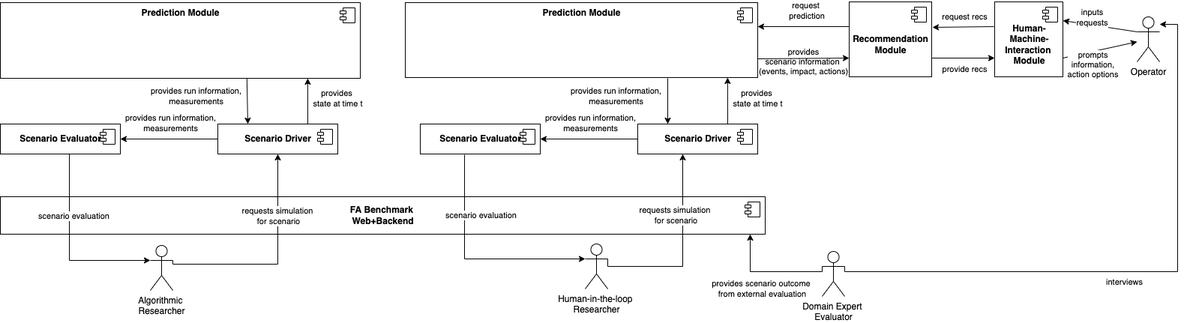
flatland-association/flatland-benchmarks keeps this draw.io diagram as docs/img/readme/Closed_and_Interactive_Loop_Eval.drawio.png. Above is the earlier version. Source tidied: cells renumbered, new cells last; positions are measured from the earlier drawing's top-left corner, leaving out a move shared by most shapes.
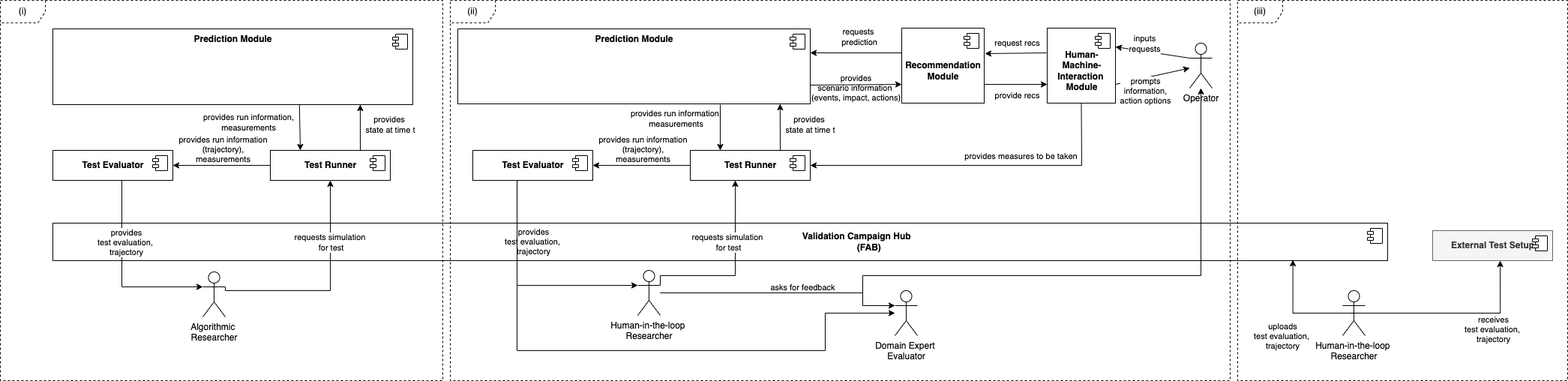
The same file after the commit.

Change to the diagram source:
```diff
@@ -2,8 +2,8 @@
   <root>
     <mxCell id="0" />
     <mxCell id="1" parent="0" />
-    <mxCell id="2" value="&lt;b&gt;FA Benchmark&amp;nbsp;&lt;br&gt;Web+Backend&lt;/b&gt;" style="html=1;" parent="1" vertex="1">
-      <mxGeometry y="260" width="1020" height="50" as="geometry" />
+    <mxCell id="2" value="&lt;b&gt;&amp;nbsp; &amp;nbsp; &amp;nbsp; &amp;nbsp; &amp;nbsp; &amp;nbsp; &amp;nbsp; &amp;nbsp; &amp;nbsp; &amp;nbsp; &amp;nbsp; &amp;nbsp; &amp;nbsp; &amp;nbsp; &amp;nbsp; &amp;nbsp; &amp;nbsp; &amp;nbsp; &amp;nbsp; &amp;nbsp; &amp;nbsp; &amp;nbsp; &amp;nbsp; &amp;nbsp; &amp;nbsp; &amp;nbsp; &amp;nbsp; &amp;nbsp; &amp;nbsp; &amp;nbsp; &amp;nbsp; &amp;nbsp; &amp;nbsp; &amp;nbsp; &amp;nbsp; &amp;nbsp; &amp;nbsp; &amp;nbsp; &amp;nbsp; &amp;nbsp; &amp;nbsp; &amp;nbsp; &amp;nbsp; &amp;nbsp; &amp;nbsp; &amp;nbsp; &amp;nbsp; &amp;nbsp; &amp;nbsp; &amp;nbsp; &amp;nbsp; &amp;nbsp; &amp;nbsp; &amp;nbsp; &amp;nbsp;Validation Campaign Hub&lt;br&gt;&amp;nbsp; &amp;nbsp; &amp;nbsp; &amp;nbsp; &amp;nbsp; &amp;nbsp; &amp;nbsp; &amp;nbsp; &amp;nbsp; &amp;nbsp; &amp;nbsp; &amp;nbsp; &amp;nbsp; &amp;nbsp; &amp;nbsp; &amp;nbsp; &amp;nbsp; &amp;nbsp; &amp;nbsp; &amp;nbsp; &amp;nbsp; &amp;nbsp; &amp;nbsp; &amp;nbsp; &amp;nbsp; &amp;nbsp; &amp;nbsp; &amp;nbsp; &amp;nbsp; &amp;nbsp; &amp;nbsp; &amp;nbsp; &amp;nbsp; &amp;nbsp; &amp;nbsp; &amp;nbsp; &amp;nbsp; &amp;nbsp; &amp;nbsp; &amp;nbsp; &amp;nbsp; &amp;nbsp; &amp;nbsp; &amp;nbsp; &amp;nbsp; &amp;nbsp; &amp;nbsp; &amp;nbsp; &amp;nbsp; &amp;nbsp; &amp;nbsp; &amp;nbsp; &amp;nbsp; &amp;nbsp; &amp;nbsp; &amp;nbsp; &amp;nbsp; &amp;nbsp; &amp;nbsp; &amp;nbsp;(FAB)&lt;/b&gt;" style="html=1;" parent="1" vertex="1">
+      <mxGeometry y="260" width="1780" height="50" as="geometry" />
     </mxCell>
     <mxCell id="3" style="shape=module;jettyWidth=8;jettyHeight=4;" parent="2" vertex="1">
       <mxGeometry x="1" width="20" height="20" relative="1" as="geometry">
@@ -37,7 +37,7 @@
         </Array>
       </mxGeometry>
     </mxCell>
-    <mxCell id="10" value="requests simulation&amp;nbsp;&lt;br&gt;for scenario" style="edgeLabel;html=1;align=center;verticalAlign=middle;" parent="9" vertex="1">
+    <mxCell id="10" value="requests simulation&amp;nbsp;&lt;br&gt;for test" style="edgeLabel;html=1;align=center;verticalAlign=middle;" parent="9" vertex="1">
       <mxGeometry x="-0.13" y="-3" relative="1" as="geometry">
         <mxPoint x="3" y="-45" as="offset" />
       </mxGeometry>
@@ -46,7 +46,7 @@
       <mxGeometry x="780" y="323" width="30" height="60" as="geometry" />
     </mxCell>
     <mxCell id="12" value="Domain Expert &lt;br&gt;Evaluator" style="shape=umlActor;verticalLabelPosition=bottom;verticalAlign=top;html=1;outlineConnect=0;" parent="1" vertex="1">
-      <mxGeometry x="1096" y="333" width="30" height="60" as="geometry" />
+      <mxGeometry x="1123" y="350" width="30" height="60" as="geometry" />
     </mxCell>
     <mxCell id="13" style="endArrow=classic;startArrow=none;html=1;rounded=0;edgeStyle=orthogonalEdgeStyle;startFill=0;endFill=1;entryX=0;entryY=0.3333333333333333;entryDx=0;entryDy=0;entryPerimeter=0;exitX=0.45;exitY=0.975;exitDx=0;exitDy=0;exitPerimeter=0;" parent="1" edge="1" source="19" target="8">
       <mxGeometry relative="1" as="geometry">
@@ -55,7 +55,7 @@
         </Array>
       </mxGeometry>
     </mxCell>
-    <mxCell id="14" value="scenario evaluation" style="edgeLabel;html=1;align=center;verticalAlign=middle;" parent="13" vertex="1">
+    <mxCell id="14" value="provides&lt;br&gt;test evaluation, &lt;br&gt;trajectory" style="edgeLabel;html=1;align=center;verticalAlign=middle;" parent="13" vertex="1">
       <mxGeometry x="0.33" y="3" relative="1" as="geometry">
         <mxPoint x="-12" y="-57" as="offset" />
       </mxGeometry>
@@ -63,14 +63,14 @@
     <mxCell id="15" style="endArrow=none;startArrow=classic;html=1;rounded=0;edgeStyle=orthogonalEdgeStyle;startFill=1;endFill=0;entryX=1;entryY=0.3333333333333333;entryDx=0;entryDy=0;entryPerimeter=0;" parent="1" edge="1" source="39" target="11">
       <mxGeometry relative="1" as="geometry">
         <Array as="points">
-          <mxPoint x="910" y="353" />
-          <mxPoint x="810" y="353" />
+          <mxPoint x="910" y="330" />
+          <mxPoint x="810" y="330" />
         </Array>
       </mxGeometry>
     </mxCell>
-    <mxCell id="16" value="requests simulation&amp;nbsp;&lt;br&gt;for scenario" style="edgeLabel;html=1;align=center;verticalAlign=middle;" parent="15" vertex="1">
+    <mxCell id="16" value="requests simulation&amp;nbsp;&lt;br&gt;for test" style="edgeLabel;html=1;align=center;verticalAlign=middle;" parent="15" vertex="1">
       <mxGeometry x="-0.49" y="2" relative="1" as="geometry">
-        <mxPoint x="-12" y="14" as="offset" />
+        <mxPoint x="-12" y="20" as="offset" />
       </mxGeometry>
     </mxCell>
     <mxCell id="17" style="endArrow=classic;startArrow=none;html=1;rounded=0;edgeStyle=orthogonalEdgeStyle;startFill=0;endFill=1;entryX=0;entryY=0.3333333333333333;entryDx=0;entryDy=0;entryPerimeter=0;exitX=0.369;exitY=1.025;exitDx=0;exitDy=0;exitPerimeter=0;" parent="1" edge="1" source="35" target="11">
@@ -80,12 +80,12 @@
         </Array>
       </mxGeometry>
     </mxCell>
-    <mxCell id="18" value="scenario evaluation" style="edgeLabel;html=1;align=center;verticalAlign=middle;" parent="17" vertex="1">
+    <mxCell id="18" value="provides&lt;br&gt;test evaluation, &lt;br&gt;trajectory" style="edgeLabel;html=1;align=center;verticalAlign=middle;" parent="17" vertex="1">
       <mxGeometry x="-0.58" y="-1" relative="1" as="geometry">
         <mxPoint x="22" y="18" as="offset" />
       </mxGeometry>
     </mxCell>
-    <mxCell id="19" value="&lt;b&gt;Scenario Evaluator&lt;/b&gt;" style="html=1;verticalAlign=middle;" parent="1" vertex="1">
+    <mxCell id="19" value="&lt;b&gt;Test Evaluator&lt;/b&gt;" style="html=1;verticalAlign=middle;" parent="1" vertex="1">
       <mxGeometry y="163" width="160" height="40" as="geometry" />
     </mxCell>
     <mxCell id="20" style="shape=module;jettyWidth=8;jettyHeight=4;verticalAlign=middle;" parent="19" vertex="1">
@@ -96,39 +96,21 @@
     <mxCell id="21" style="endArrow=classic;html=1;rounded=0;entryX=1;entryY=0.5;entryDx=0;entryDy=0;exitX=0;exitY=0.5;exitDx=0;exitDy=0;" parent="1" edge="1" source="27" target="19">
       <mxGeometry relative="1" as="geometry" />
     </mxCell>
-    <mxCell id="22" value="provides run information,&lt;br&gt;measurements" style="edgeLabel;html=1;align=center;verticalAlign=middle;" parent="21" vertex="1">
+    <mxCell id="22" value="provides run information&lt;br&gt;(trajectory),&lt;br&gt;measurements" style="edgeLabel;html=1;align=center;verticalAlign=middle;" parent="21" vertex="1">
       <mxGeometry x="-0.12" y="-1" relative="1" as="geometry">
         <mxPoint x="-7" y="-21" as="offset" />
       </mxGeometry>
     </mxCell>
-    <mxCell id="23" style="endArrow=none;startArrow=classic;html=1;rounded=0;edgeStyle=orthogonalEdgeStyle;endFill=0;startFill=1;entryX=1;entryY=0.3333333333333333;entryDx=0;entryDy=0;entryPerimeter=0;" parent="1" edge="1" source="47" target="12">
+    <mxCell id="23" style="endArrow=none;startArrow=classic;html=1;rounded=0;edgeStyle=orthogonalEdgeStyle;endFill=0;startFill=1;" parent="1" edge="1" source="47" target="11">
       <mxGeometry relative="1" as="geometry">
         <Array as="points">
-          <mxPoint x="1570" y="30" />
-          <mxPoint x="1570" y="360" />
-          <mxPoint x="1126" y="360" />
+          <mxPoint x="1531" y="330" />
+          <mxPoint x="1080" y="330" />
+          <mxPoint x="1080" y="353" />
         </Array>
       </mxGeometry>
     </mxCell>
-    <mxCell id="24" value="interviews" style="edgeLabel;html=1;align=center;verticalAlign=middle;" parent="23" vertex="1">
-      <mxGeometry x="0.05" y="3" relative="1" as="geometry">
-        <mxPoint x="-3" y="10" as="offset" />
-      </mxGeometry>
-    </mxCell>
-    <mxCell id="25" style="endArrow=none;startArrow=classic;html=1;rounded=0;edgeStyle=orthogonalEdgeStyle;startFill=1;endFill=0;entryX=0;entryY=0.3333333333333333;entryDx=0;entryDy=0;entryPerimeter=0;" parent="1" edge="1" target="12">
-      <mxGeometry relative="1" as="geometry">
-        <mxPoint x="1000" y="310" as="sourcePoint" />
-        <Array as="points">
-          <mxPoint x="1000" y="360" />
-        </Array>
-      </mxGeometry>
-    </mxCell>
-    <mxCell id="26" value="provides scenario outcome &lt;br&gt;from external evaluation" style="edgeLabel;html=1;align=center;verticalAlign=middle;" parent="25" vertex="1">
-      <mxGeometry x="-0.63" y="-1" relative="1" as="geometry">
-        <mxPoint x="16" y="43" as="offset" />
-      </mxGeometry>
-    </mxCell>
-    <mxCell id="27" value="&lt;b&gt;Scenario Driver&lt;br&gt;&lt;/b&gt;" style="html=1;verticalAlign=middle;" parent="1" vertex="1">
+    <mxCell id="27" value="&lt;b&gt;Test Runner&lt;br&gt;&lt;/b&gt;" style="html=1;verticalAlign=middle;" parent="1" vertex="1">
       <mxGeometry x="290" y="163" width="160" height="40" as="geometry" />
     </mxCell>
     <mxCell id="28" style="shape=module;jettyWidth=8;jettyHeight=4;verticalAlign=middle;" parent="27" vertex="1">
@@ -136,20 +118,6 @@
         <mxPoint x="-27" y="7" as="offset" />
       </mxGeometry>
     </mxCell>
-    <mxCell id="29" style="endArrow=none;startArrow=classic;html=1;rounded=0;edgeStyle=orthogonalEdgeStyle;startFill=1;endFill=0;exitX=0.317;exitY=1;exitDx=0;exitDy=0;exitPerimeter=0;" parent="1" edge="1" target="x">
-      <mxGeometry relative="1" as="geometry">
-        <mxPoint x="1122.9" y="150" as="sourcePoint" />
-        <Array as="points">
-          <mxPoint x="1123" y="180" />
-          <mxPoint x="740" y="180" />
-        </Array>
-      </mxGeometry>
-    </mxCell>
-    <mxCell id="30" value="provide state at time t" style="edgeLabel;html=1;align=center;verticalAlign=middle;" parent="29" vertex="1">
-      <mxGeometry x="0.18" y="1" relative="1" as="geometry">
-        <mxPoint x="69" y="9" as="offset" />
-      </mxGeometry>
-    </mxCell>
     <mxCell id="31" style="endArrow=classic;html=1;rounded=0;exitX=0.75;exitY=0;exitDx=0;exitDy=0;entryX=0.854;entryY=1;entryDx=0;entryDy=0;entryPerimeter=0;" parent="1" edge="1" source="27" target="4">
       <mxGeometry relative="1" as="geometry" />
     </mxCell>
@@ -166,7 +134,7 @@
         <mxPoint x="-68" y="-4" as="offset" />
       </mxGeometry>
     </mxCell>
-    <mxCell id="35" value="&lt;b&gt;Scenario Evaluator&lt;/b&gt;" style="html=1;verticalAlign=middle;" parent="1" vertex="1">
+    <mxCell id="35" value="&lt;b&gt;Test Evaluator&lt;/b&gt;" style="html=1;verticalAlign=middle;" parent="1" vertex="1">
       <mxGeometry x="560" y="163" width="160" height="40" as="geometry" />
     </mxCell>
     <mxCell id="36" style="shape=module;jettyWidth=8;jettyHeight=4;verticalAlign=middle;" parent="35" vertex="1">
@@ -177,12 +145,12 @@
     <mxCell id="37" style="endArrow=classic;html=1;rounded=0;entryX=1;entryY=0.5;entryDx=0;entryDy=0;exitX=0;exitY=0.5;exitDx=0;exitDy=0;" parent="1" edge="1" source="39" target="35">
       <mxGeometry relative="1" as="geometry" />
     </mxCell>
-    <mxCell id="38" value="provides run information,&lt;br&gt;measurements" style="edgeLabel;html=1;align=center;verticalAlign=middle;" parent="37" vertex="1">
+    <mxCell id="38" value="provides run information&lt;br&gt;(trajectory),&lt;br&gt;measurements" style="edgeLabel;html=1;align=center;verticalAlign=middle;labelBackgroundColor=none;" parent="37" vertex="1">
       <mxGeometry x="-0.12" y="-1" relative="1" as="geometry">
         <mxPoint x="-7" y="-21" as="offset" />
       </mxGeometry>
     </mxCell>
-    <mxCell id="39" value="&lt;b&gt;Scenario Driver&lt;br&gt;&lt;/b&gt;" style="html=1;verticalAlign=middle;" parent="1" vertex="1">
+    <mxCell id="39" value="&lt;b&gt;Test Runner&lt;br&gt;&lt;/b&gt;" style="html=1;verticalAlign=middle;" parent="1" vertex="1">
       <mxGeometry x="850" y="163" width="160" height="40" as="geometry" />
     </mxCell>
     <mxCell id="40" style="shape=module;jettyWidth=8;jettyHeight=4;verticalAlign=middle;" parent="39" vertex="1">
@@ -205,9 +173,9 @@
         <mxPoint x="890" y="102" as="sourcePoint" />
       </mxGeometry>
     </mxCell>
-    <mxCell id="44" value="provides run information,&lt;br&gt;measurements" style="edgeLabel;html=1;align=center;verticalAlign=middle;" parent="43" vertex="1">
+    <mxCell id="44" value="provides run information,&lt;br&gt;measurements" style="edgeLabel;html=1;align=center;verticalAlign=middle;labelBackgroundColor=none;" parent="43" vertex="1">
       <mxGeometry x="-0.12" y="-1" relative="1" as="geometry">
-        <mxPoint x="-69" y="-4" as="offset" />
+        <mxPoint x="-59" y="-9" as="offset" />
       </mxGeometry>
     </mxCell>
     <mxCell id="45" value="&lt;b&gt;&lt;br&gt;Human-&lt;br&gt;Machine-&lt;br&gt;Interaction &lt;br&gt;Module&lt;/b&gt;" style="html=1;verticalAlign=middle;" parent="1" vertex="1">
@@ -240,7 +208,7 @@
     <mxCell id="52" style="endArrow=classic;html=1;rounded=0;entryX=1;entryY=0.32;entryDx=0;entryDy=0;entryPerimeter=0;exitX=0.036;exitY=0.33;exitDx=0;exitDy=0;exitPerimeter=0;" parent="1" edge="1" source="56" target="6">
       <mxGeometry relative="1" as="geometry" />
     </mxCell>
-    <mxCell id="53" value="request&lt;br&gt;&amp;nbsp;prediction" style="edgeLabel;html=1;align=center;verticalAlign=middle;" parent="52" vertex="1">
+    <mxCell id="53" value="requests&lt;br&gt;&amp;nbsp;prediction" style="edgeLabel;html=1;align=center;verticalAlign=middle;" parent="52" vertex="1">
       <mxGeometry x="-0.12" y="-1" relative="1" as="geometry">
         <mxPoint x="-7" y="-21" as="offset" />
       </mxGeometry>
@@ -267,5 +235,79 @@
     <mxCell id="59" value="provide recs" style="endArrow=classic;html=1;rounded=0;exitX=1;exitY=0.75;exitDx=0;exitDy=0;entryX=0;entryY=0.75;entryDx=0;entryDy=0;" parent="1" edge="1" source="56" target="45">
       <mxGeometry x="0.05" y="-15" relative="1" as="geometry" />
     </mxCell>
+    <mxCell id="60" style="endArrow=none;startArrow=classic;html=1;rounded=0;edgeStyle=orthogonalEdgeStyle;endFill=0;startFill=1;exitX=0;exitY=0.3333333333333333;exitDx=0;exitDy=0;exitPerimeter=0;" parent="1" edge="1" source="12" target="11">
+      <mxGeometry relative="1" as="geometry">
+        <Array as="points">
+          <mxPoint x="1080" y="370" />
+          <mxPoint x="1080" y="353" />
+        </Array>
+      </mxGeometry>
+    </mxCell>
+    <mxCell id="61" value="asks for feedback" style="edgeLabel;html=1;align=center;verticalAlign=middle;" parent="60" vertex="1">
+      <mxGeometry x="0.05" y="3" relative="1" as="geometry">
+        <mxPoint x="32" y="-11" as="offset" />
+      </mxGeometry>
+    </mxCell>
+    <mxCell id="62" style="endArrow=classic;startArrow=none;html=1;rounded=0;edgeStyle=orthogonalEdgeStyle;startFill=0;endFill=1;exitX=0.369;exitY=1;exitDx=0;exitDy=0;exitPerimeter=0;" parent="1" edge="1" source="35" target="12">
+      <mxGeometry relative="1" as="geometry">
+        <Array as="points">
+          <mxPoint x="620" y="430" />
+          <mxPoint x="1111" y="430" />
+          <mxPoint x="1030" y="430" />
+        </Array>
+      </mxGeometry>
+    </mxCell>
+    <mxCell id="63" style="endArrow=classic;html=1;rounded=0;exitX=0.5;exitY=1;exitDx=0;exitDy=0;entryX=1;entryY=0.5;entryDx=0;entryDy=0;" parent="1" edge="1" source="45" target="39">
+      <mxGeometry relative="1" as="geometry">
+        <Array as="points">
+          <mxPoint x="1372" y="183" />
+        </Array>
+      </mxGeometry>
+    </mxCell>
+    <mxCell id="64" value="provides measures to be taken" style="edgeLabel;html=1;align=center;verticalAlign=middle;" parent="63" vertex="1">
+      <mxGeometry x="-0.12" y="-1" relative="1" as="geometry">
+        <mxPoint x="30" y="-12" as="offset" />
+      </mxGeometry>
+    </mxCell>
+    <mxCell id="65" value="Human-in-the-loop &lt;br&gt;Researcher" style="shape=umlActor;verticalLabelPosition=bottom;verticalAlign=top;html=1;outlineConnect=0;" parent="1" vertex="1">
+      <mxGeometry x="1720" y="350" width="30" height="60" as="geometry" />
+    </mxCell>
+    <mxCell id="66" style="endArrow=classic;startArrow=none;html=1;rounded=0;edgeStyle=orthogonalEdgeStyle;startFill=0;endFill=1;entryX=0.929;entryY=0.98;entryDx=0;entryDy=0;entryPerimeter=0;exitX=0.5;exitY=0.5;exitDx=0;exitDy=0;exitPerimeter=0;" parent="1" edge="1" source="65" target="2">
+      <mxGeometry relative="1" as="geometry">
+        <Array as="points">
+          <mxPoint x="1654" y="380" />
+        </Array>
+      </mxGeometry>
+    </mxCell>
+    <mxCell id="67" value="uploads&lt;br&gt;test evaluation, &lt;br&gt;trajectory" style="edgeLabel;html=1;align=center;verticalAlign=middle;" parent="66" vertex="1">
+      <mxGeometry x="0.33" y="3" relative="1" as="geometry">
+        <mxPoint x="-11" y="50" as="offset" />
+      </mxGeometry>
+    </mxCell>
+    <mxCell id="68" value="&lt;b&gt;External Test Setup&lt;/b&gt;" style="html=1;verticalAlign=middle;fillColor=#f5f5f5;fontColor=#333333;strokeColor=#666666;" parent="1" vertex="1">
+      <mxGeometry x="1840" y="270" width="160" height="40" as="geometry" />
+    </mxCell>
+    <mxCell id="69" style="shape=module;jettyWidth=8;jettyHeight=4;verticalAlign=middle;" parent="68" vertex="1">
+      <mxGeometry x="1" width="20" height="20" relative="1" as="geometry">
+        <mxPoint x="-27" y="7" as="offset" />
+      </mxGeometry>
+    </mxCell>
+    <mxCell id="70" style="endArrow=classic;startArrow=none;html=1;rounded=0;edgeStyle=orthogonalEdgeStyle;startFill=0;endFill=1;entryX=0.563;entryY=1;entryDx=0;entryDy=0;entryPerimeter=0;exitX=0.5;exitY=0.5;exitDx=0;exitDy=0;exitPerimeter=0;" parent="1" edge="1" source="65" target="68">
+      <mxGeometry relative="1" as="geometry" />
+    </mxCell>
+    <mxCell id="71" value="receives&lt;br&gt;test evaluation, &lt;br&gt;trajectory" style="edgeLabel;html=1;align=center;verticalAlign=middle;" parent="70" vertex="1">
+      <mxGeometry x="0.33" y="3" relative="1" as="geometry">
+        <mxPoint x="9" y="24" as="offset" />
+      </mxGeometry>
+    </mxCell>
+    <mxCell id="72" value="(iii)" style="shape=umlFrame;whiteSpace=wrap;html=1;labelBackgroundColor=none;dashed=1;" parent="1" vertex="1">
+      <mxGeometry x="1580" y="-37" width="440" height="507" as="geometry" />
+    </mxCell>
+    <mxCell id="73" value="(i)" style="shape=umlFrame;whiteSpace=wrap;html=1;labelBackgroundColor=none;dashed=1;" parent="1" vertex="1">
+      <mxGeometry x="-70" y="-37" width="590" height="507" as="geometry" />
+    </mxCell>
+    <mxCell id="74" value="(ii)" style="shape=umlFrame;whiteSpace=wrap;html=1;labelBackgroundColor=none;dashed=1;" parent="1" vertex="1">
+      <mxGeometry x="530" y="-37" width="1040" height="507" as="geometry" />
+    </mxCell>
   </root>
 </mxGraphModel>
```
